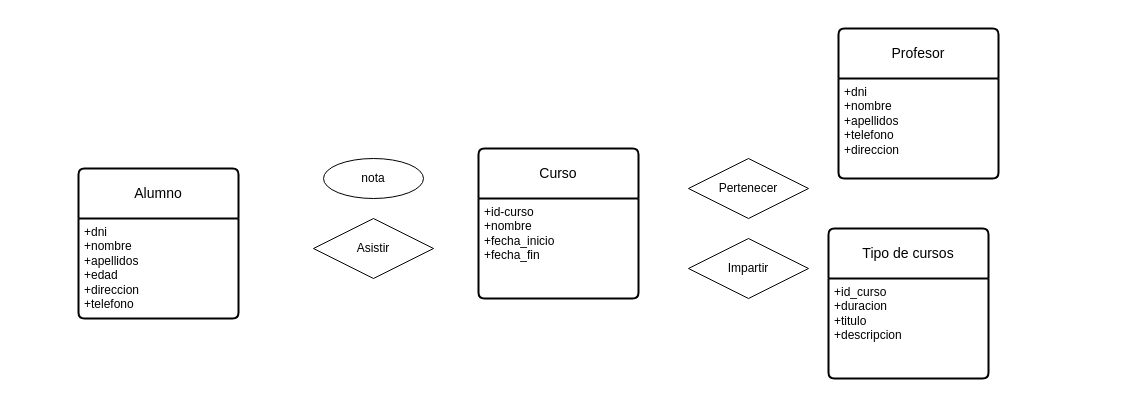
Earlier version of the draw.io diagram ejercicio2.drawio (AsierGArranz/aga-sru-sa-t-UD12DiagramaER-11102023). Source tidied: cells renumbered, new cells numbered last; positions are measured from the earlier drawing's top-left corner, leaving out a move shared by most shapes. Both pictures are drawn from the tidied source at 100%, with x=0, y=0 at pixel (78, 28).
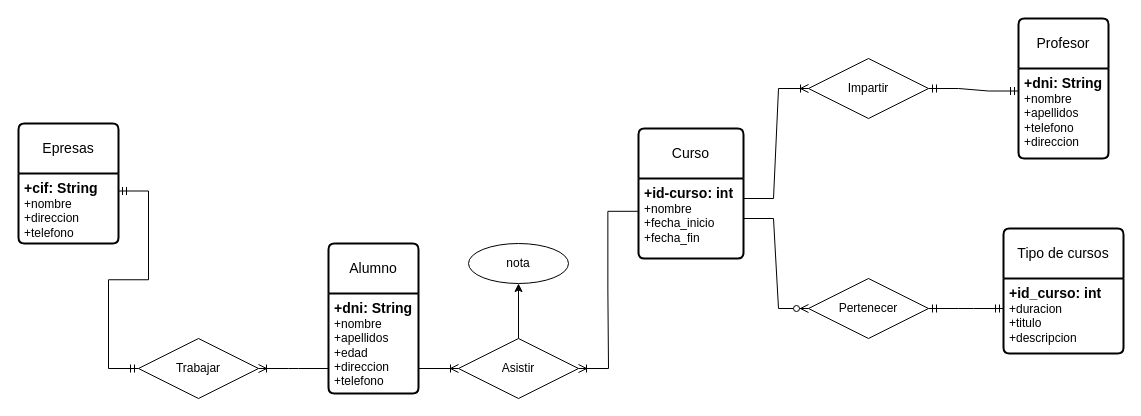
After the change.

Diff of the diagram source:
```diff
@@
     <mxCell id="2" value="Alumno" style="swimlane;horizontal=1;startSize=50;rounded=1;fontSize=14;fontStyle=0;strokeWidth=2;shadow=0;dashed=0;align=center;arcSize=4;whiteSpace=wrap;html=1;" parent="1" vertex="1">
-      <mxGeometry y="140" width="160" height="150" as="geometry" />
+      <mxGeometry x="250" y="215" width="90" height="150" as="geometry" />
     </mxCell>
-    <mxCell id="3" value="+dni&lt;br&gt;+nombre&lt;br&gt;+apellidos&lt;br&gt;+edad&lt;br&gt;+direccion&lt;br&gt;+telefono" style="align=left;strokeColor=none;fillColor=none;spacingLeft=4;fontSize=12;verticalAlign=top;html=1;" parent="2" vertex="1">
-      <mxGeometry y="50" width="160" height="100" as="geometry" />
+    <mxCell id="3" value="&lt;font style=&quot;font-size: 14px;&quot;&gt;&lt;b&gt;+dni: String&lt;br&gt;&lt;/b&gt;&lt;/font&gt;+nombre&lt;br&gt;+apellidos&lt;br&gt;+edad&lt;br&gt;+direccion&lt;br&gt;+telefono" style="align=left;strokeColor=none;fillColor=none;spacingLeft=4;fontSize=12;verticalAlign=top;html=1;" parent="2" vertex="1">
+      <mxGeometry y="50" width="90" height="100" as="geometry" />
     </mxCell>
     <mxCell id="4" value="Asistir" style="shape=rhombus;perimeter=rhombusPerimeter;whiteSpace=wrap;html=1;align=center;" parent="1" vertex="1">
-      <mxGeometry x="235" y="190" width="120" height="60" as="geometry" />
+      <mxGeometry x="380" y="310" width="120" height="60" as="geometry" />
     </mxCell>
     <mxCell id="5" value="nota" style="ellipse;whiteSpace=wrap;html=1;align=center;" parent="1" vertex="1">
-      <mxGeometry x="245" y="130" width="100" height="40" as="geometry" />
+      <mxGeometry x="390" y="215" width="100" height="40" as="geometry" />
     </mxCell>
     <mxCell id="6" value="Curso" style="swimlane;horizontal=1;startSize=50;rounded=1;fontSize=14;fontStyle=0;strokeWidth=2;shadow=0;dashed=0;align=center;arcSize=4;whiteSpace=wrap;html=1;" parent="1" vertex="1">
-      <mxGeometry x="400" y="120" width="160" height="150" as="geometry" />
+      <mxGeometry x="560" y="100" width="105" height="130" as="geometry" />
     </mxCell>
-    <mxCell id="7" value="+id-curso&lt;br&gt;+nombre&lt;br&gt;+fecha_inicio&lt;br&gt;+fecha_fin" style="align=left;strokeColor=none;fillColor=none;spacingLeft=4;fontSize=12;verticalAlign=top;html=1;" parent="6" vertex="1">
-      <mxGeometry y="50" width="160" height="100" as="geometry" />
+    <mxCell id="7" value="&lt;font style=&quot;font-size: 14px;&quot;&gt;&lt;b&gt;+id-curso: int&lt;br&gt;&lt;/b&gt;&lt;/font&gt;+nombre&lt;br&gt;+fecha_inicio&lt;br&gt;+fecha_fin" style="align=left;strokeColor=none;fillColor=none;spacingLeft=4;fontSize=12;verticalAlign=top;html=1;" parent="6" vertex="1">
+      <mxGeometry y="50" width="105" height="80" as="geometry" />
     </mxCell>
     <mxCell id="8" value="Impartir" style="shape=rhombus;perimeter=rhombusPerimeter;whiteSpace=wrap;html=1;align=center;" parent="1" vertex="1">
-      <mxGeometry x="610" y="210" width="120" height="60" as="geometry" />
+      <mxGeometry x="730" y="30" width="120" height="60" as="geometry" />
     </mxCell>
     <mxCell id="9" value="Pertenecer" style="shape=rhombus;perimeter=rhombusPerimeter;whiteSpace=wrap;html=1;align=center;" parent="1" vertex="1">
-      <mxGeometry x="610" y="130" width="120" height="60" as="geometry" />
+      <mxGeometry x="730" y="250" width="120" height="60" as="geometry" />
     </mxCell>
     <mxCell id="10" value="Profesor" style="swimlane;horizontal=1;startSize=50;rounded=1;fontSize=14;fontStyle=0;strokeWidth=2;shadow=0;dashed=0;align=center;arcSize=4;whiteSpace=wrap;html=1;" parent="1" vertex="1">
-      <mxGeometry x="760" width="160" height="150" as="geometry" />
+      <mxGeometry x="940" y="-10" width="90" height="140" as="geometry" />
     </mxCell>
-    <mxCell id="11" value="+dni&lt;br&gt;+nombre&lt;br&gt;+apellidos&lt;br&gt;+telefono&lt;br&gt;+direccion" style="align=left;strokeColor=none;fillColor=none;spacingLeft=4;fontSize=12;verticalAlign=top;html=1;" parent="10" vertex="1">
-      <mxGeometry y="50" width="160" height="100" as="geometry" />
+    <mxCell id="11" value="&lt;b&gt;&lt;font style=&quot;font-size: 14px;&quot;&gt;+dni: String&lt;br&gt;&lt;/font&gt;&lt;/b&gt;+nombre&lt;br&gt;+apellidos&lt;br&gt;+telefono&lt;br&gt;+direccion" style="align=left;strokeColor=none;fillColor=none;spacingLeft=4;fontSize=12;verticalAlign=top;html=1;" parent="10" vertex="1">
+      <mxGeometry y="50" width="90" height="90" as="geometry" />
     </mxCell>
     <mxCell id="12" value="Tipo de cursos" style="swimlane;horizontal=1;startSize=50;rounded=1;fontSize=14;fontStyle=0;strokeWidth=2;shadow=0;dashed=0;align=center;arcSize=4;whiteSpace=wrap;html=1;" parent="1" vertex="1">
-      <mxGeometry x="750" y="200" width="160" height="150" as="geometry" />
+      <mxGeometry x="925" y="200" width="120" height="125" as="geometry" />
     </mxCell>
-    <mxCell id="13" value="+id_curso&lt;br&gt;+duracion&lt;br&gt;+titulo&lt;br&gt;+descripcion" style="align=left;strokeColor=none;fillColor=none;spacingLeft=4;fontSize=12;verticalAlign=top;html=1;" parent="12" vertex="1">
-      <mxGeometry y="50" width="160" height="100" as="geometry" />
+    <mxCell id="13" value="&lt;b&gt;&lt;font style=&quot;font-size: 14px;&quot;&gt;+id_curso: int&lt;br&gt;&lt;/font&gt;&lt;/b&gt;+duracion&lt;br&gt;+titulo&lt;br&gt;+descripcion" style="align=left;strokeColor=none;fillColor=none;spacingLeft=4;fontSize=12;verticalAlign=top;html=1;" parent="12" vertex="1">
+      <mxGeometry y="50" width="120" height="75" as="geometry" />
     </mxCell>
+    <mxCell id="14" value="Epresas" style="swimlane;horizontal=1;startSize=50;rounded=1;fontSize=14;fontStyle=0;strokeWidth=2;shadow=0;dashed=0;align=center;arcSize=4;whiteSpace=wrap;html=1;" parent="1" vertex="1">
+      <mxGeometry x="-60" y="95" width="100" height="120" as="geometry" />
+    </mxCell>
+    <mxCell id="15" value="&lt;font style=&quot;font-size: 14px;&quot;&gt;&lt;b&gt;+cif: String&lt;/b&gt;&lt;/font&gt;&lt;br&gt;+nombre&lt;br&gt;+direccion&lt;br&gt;+telefono" style="align=left;strokeColor=none;fillColor=none;spacingLeft=4;fontSize=12;verticalAlign=top;html=1;" parent="14" vertex="1">
+      <mxGeometry y="50" width="100" height="70" as="geometry" />
+    </mxCell>
+    <mxCell id="16" value="Trabajar" style="shape=rhombus;perimeter=rhombusPerimeter;whiteSpace=wrap;html=1;align=center;" parent="1" vertex="1">
+      <mxGeometry x="60" y="310" width="120" height="60" as="geometry" />
+    </mxCell>
+    <mxCell id="17" style="edgeStyle=entityRelationEdgeStyle;fontSize=12;html=1;endArrow=ERmandOne;startArrow=ERmandOne;rounded=0;entryX=0;entryY=0.5;entryDx=0;entryDy=0;exitX=1;exitY=0.25;exitDx=0;exitDy=0;" parent="1" edge="1" source="15" target="16">
+      <mxGeometry relative="1" as="geometry" />
+    </mxCell>
+    <mxCell id="18" style="edgeStyle=entityRelationEdgeStyle;fontSize=12;html=1;endArrow=ERoneToMany;rounded=0;entryX=1;entryY=0.5;entryDx=0;entryDy=0;exitX=0;exitY=0.75;exitDx=0;exitDy=0;" parent="1" edge="1" source="3" target="16">
+      <mxGeometry relative="1" as="geometry" />
+    </mxCell>
+    <mxCell id="19" style="endArrow=classic;html=1;rounded=0;exitX=0.5;exitY=0;exitDx=0;exitDy=0;entryX=0.5;entryY=1;entryDx=0;entryDy=0;" parent="1" edge="1" source="4" target="5">
+      <mxGeometry relative="1" as="geometry" />
+    </mxCell>
+    <mxCell id="20" style="edgeStyle=entityRelationEdgeStyle;fontSize=12;html=1;endArrow=ERoneToMany;rounded=0;exitX=1;exitY=0.75;exitDx=0;exitDy=0;entryX=0;entryY=0.5;entryDx=0;entryDy=0;" parent="1" edge="1" source="3" target="4">
+      <mxGeometry relative="1" as="geometry" />
+    </mxCell>
+    <mxCell id="21" style="edgeStyle=entityRelationEdgeStyle;fontSize=12;html=1;endArrow=ERoneToMany;rounded=0;exitX=-0.006;exitY=0.41;exitDx=0;exitDy=0;entryX=1;entryY=0.5;entryDx=0;entryDy=0;exitPerimeter=0;" parent="1" edge="1" source="7" target="4">
+      <mxGeometry relative="1" as="geometry">
+        <Array as="points">
+          <mxPoint x="430" y="400" />
+        </Array>
+      </mxGeometry>
+    </mxCell>
+    <mxCell id="22" style="edgeStyle=entityRelationEdgeStyle;fontSize=12;html=1;endArrow=ERzeroToMany;endFill=1;rounded=0;entryX=0;entryY=0.5;entryDx=0;entryDy=0;exitX=1;exitY=0.5;exitDx=0;exitDy=0;" parent="1" edge="1" source="7" target="9">
+      <mxGeometry relative="1" as="geometry" />
+    </mxCell>
+    <mxCell id="23" style="edgeStyle=entityRelationEdgeStyle;fontSize=12;html=1;endArrow=ERmandOne;startArrow=ERmandOne;rounded=0;entryX=0;entryY=0.4;entryDx=0;entryDy=0;entryPerimeter=0;" parent="1" edge="1" source="9" target="13">
+      <mxGeometry relative="1" as="geometry" />
+    </mxCell>
+    <mxCell id="24" style="edgeStyle=entityRelationEdgeStyle;fontSize=12;html=1;endArrow=ERoneToMany;rounded=0;entryX=0;entryY=0.5;entryDx=0;entryDy=0;exitX=1;exitY=0.25;exitDx=0;exitDy=0;" parent="1" edge="1" source="7" target="8">
+      <mxGeometry relative="1" as="geometry" />
+    </mxCell>
+    <mxCell id="25" style="edgeStyle=entityRelationEdgeStyle;fontSize=12;html=1;endArrow=ERmandOne;startArrow=ERmandOne;rounded=0;entryX=0;entryY=0.25;entryDx=0;entryDy=0;exitX=1;exitY=0.5;exitDx=0;exitDy=0;" parent="1" edge="1" source="8" target="11">
+      <mxGeometry relative="1" as="geometry" />
+    </mxCell>
```
